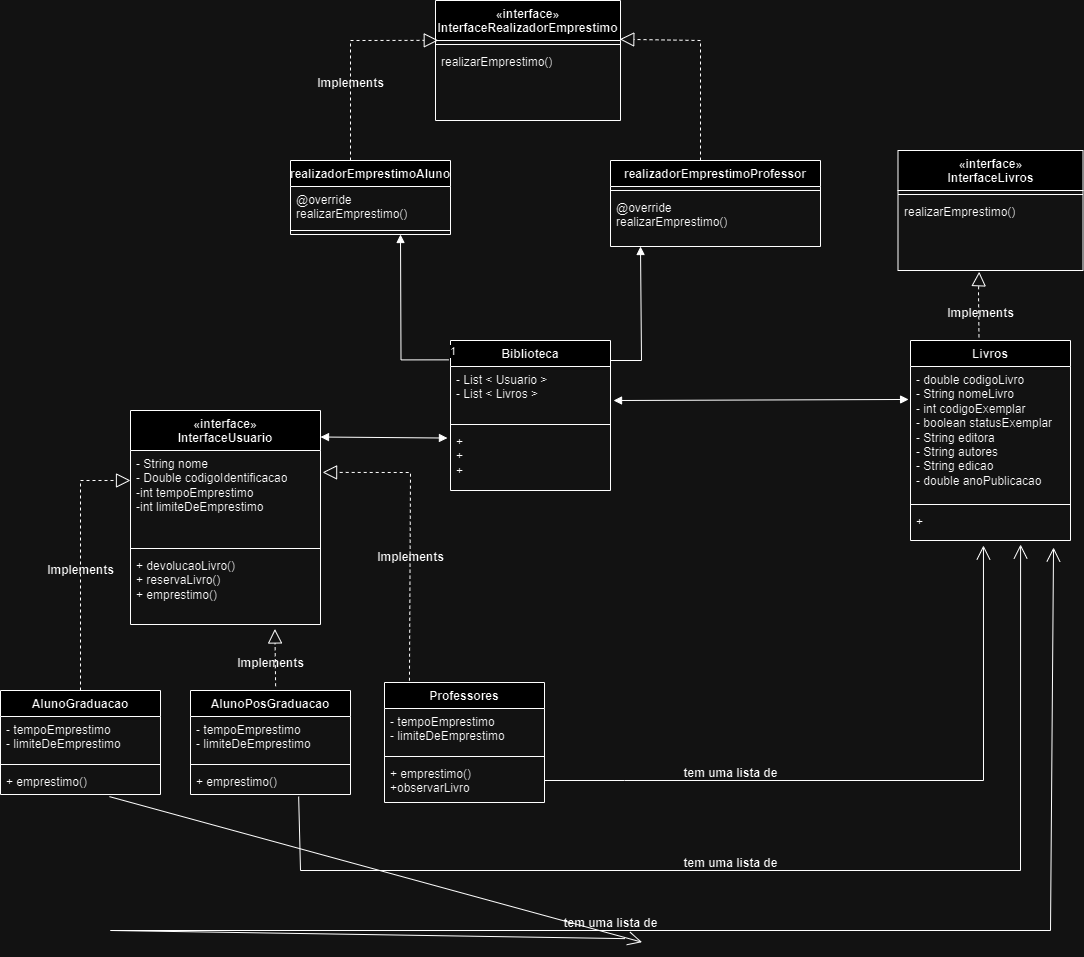
Above: ClassesProjeto/DiagramaClassesTemporario.png in JoseRaimundo27/Trabalho-Final-EngSofware (draw.io), before the change. Source tidied: cells renumbered, new cells last; positions are measured from the earlier drawing's top-left corner, leaving out a move shared by most shapes.
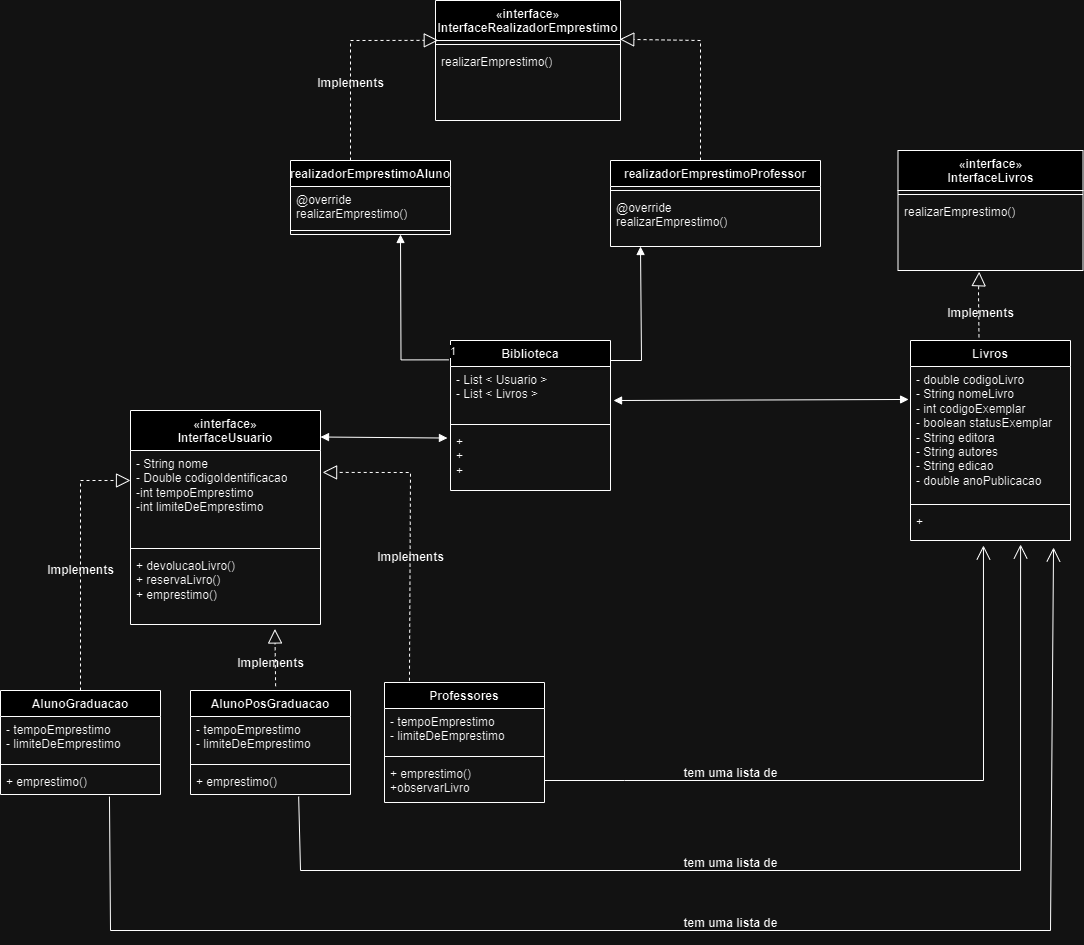
After the commit.

Commit message:
Atualizando diagrama

What changed in the source:
```diff
@@ -209,7 +209,7 @@
         </Array>
       </mxGeometry>
     </mxCell>
-    <mxCell id="56" style="endArrow=open;endFill=1;endSize=12;html=1;rounded=0;exitX=0.681;exitY=1.082;exitDx=0;exitDy=0;exitPerimeter=0;entryX=0.894;entryY=1.219;entryDx=0;entryDy=0;entryPerimeter=0;" parent="1" edge="1" source="60" target="26">
+    <mxCell id="56" style="endArrow=open;endFill=1;endSize=12;html=1;rounded=0;exitX=0.681;exitY=1.082;exitDx=0;exitDy=0;exitPerimeter=0;entryX=0.894;entryY=1.219;entryDx=0;entryDy=0;entryPerimeter=0;" parent="1" edge="1" source="10" target="26">
       <mxGeometry relative="1" as="geometry">
         <Array as="points">
           <mxPoint x="110" y="930" />
@@ -223,11 +223,8 @@
     <mxCell id="58" value="tem uma lista de" style="text;align=center;fontStyle=1;verticalAlign=middle;spacingLeft=3;spacingRight=3;strokeColor=none;html=1;" parent="1" vertex="1">
       <mxGeometry x="690" y="850" width="80" height="26" as="geometry" />
     </mxCell>
-    <mxCell id="59" style="endArrow=open;endFill=1;endSize=12;html=1;rounded=0;exitX=0.681;exitY=1.082;exitDx=0;exitDy=0;exitPerimeter=0;entryX=0.894;entryY=1.219;entryDx=0;entryDy=0;entryPerimeter=0;" parent="1" edge="1" source="10" target="60">
-      <mxGeometry relative="1" as="geometry" />
-    </mxCell>
     <mxCell id="60" value="tem uma lista de" style="text;align=center;fontStyle=1;verticalAlign=middle;spacingLeft=3;spacingRight=3;strokeColor=none;points=[[0,0.5],[1,0.5]];portConstraint=eastwest;html=1;" parent="1" vertex="1">
-      <mxGeometry x="570" y="910" width="80" height="26" as="geometry" />
+      <mxGeometry x="690" y="910" width="80" height="26" as="geometry" />
     </mxCell>
   </root>
 </mxGraphModel>
```
